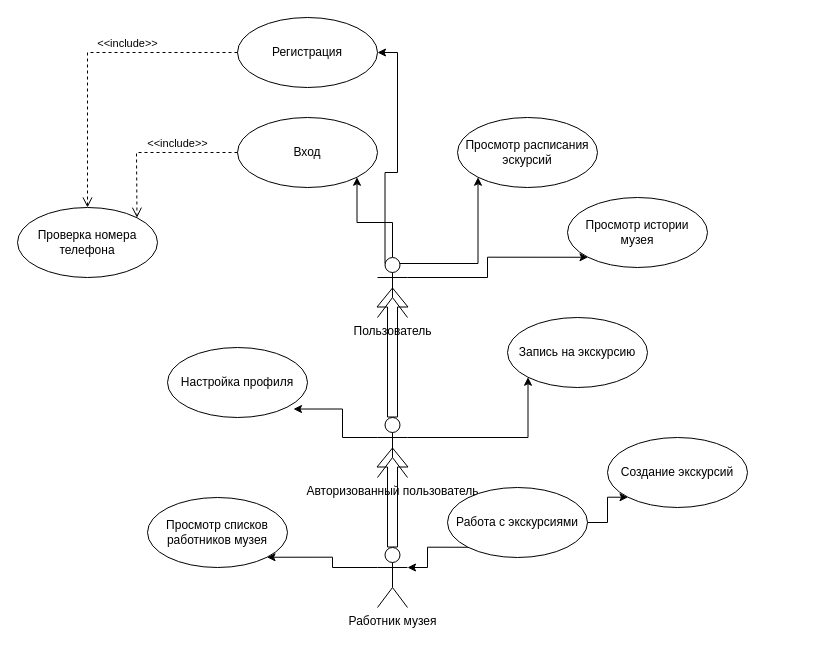
Earlier version of the draw.io diagram UML-Схема.drawio (shtorm901/Museum-Data_Base). Source tidied: cells renumbered, new cells numbered last; positions are measured from the earlier drawing's top-left corner, leaving out a move shared by most shapes. Both pictures are drawn from the tidied source at 100%, with x=0, y=0 at pixel (17, 17).
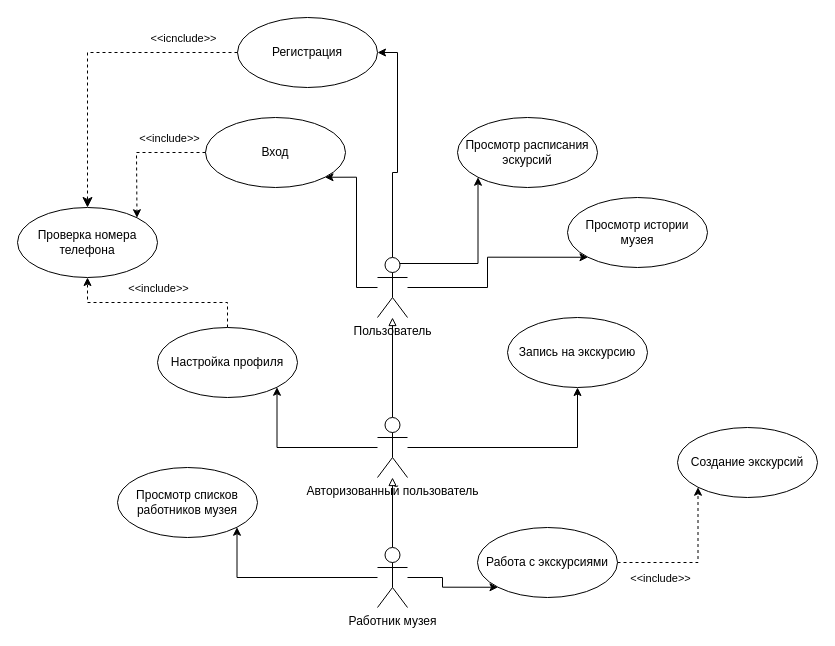
After the change.

Commit message (it also covers changes not shown here):
обновление uml схемы и схемы бд

Unchanged cells that the change refers to:
```xml
<mxCell id="6" value="Пользователь" style="shape=umlActor;verticalLabelPosition=bottom;verticalAlign=top;html=1;" parent="1" vertex="1">
  <mxGeometry x="360" y="240" width="30" height="60" as="geometry" />
</mxCell>
<mxCell id="8" value="Регистрация" style="ellipse;whiteSpace=wrap;html=1;" parent="1" vertex="1">
  <mxGeometry x="220" width="140" height="70" as="geometry" />
</mxCell>
<mxCell id="9" value="Проверка номера телефона" style="ellipse;whiteSpace=wrap;html=1;" parent="1" vertex="1">
  <mxGeometry y="190" width="140" height="70" as="geometry" />
</mxCell>
<mxCell id="17" value="Авторизованный пользователь" style="shape=umlActor;verticalLabelPosition=bottom;verticalAlign=top;html=1;" parent="1" vertex="1">
  <mxGeometry x="360" y="400" width="30" height="60" as="geometry" />
</mxCell>
<mxCell id="18" value="Запись на экскурсию" style="ellipse;whiteSpace=wrap;html=1;" parent="1" vertex="1">
  <mxGeometry x="490" y="300" width="140" height="70" as="geometry" />
</mxCell>
<mxCell id="19" value="Просмотр истории музея" style="ellipse;whiteSpace=wrap;html=1;" parent="1" vertex="1">
  <mxGeometry x="550" y="180" width="140" height="70" as="geometry" />
</mxCell>
<mxCell id="22" value="Работник музея" style="shape=umlActor;verticalLabelPosition=bottom;verticalAlign=top;html=1;" parent="1" vertex="1">
  <mxGeometry x="360" y="530" width="30" height="60" as="geometry" />
</mxCell>
```

Change to the diagram source:
```diff
@@
     <mxCell id="2" style="edgeStyle=orthogonalEdgeStyle;rounded=0;jettySize=auto;html=1;entryX=1;entryY=1;entryDx=0;entryDy=0;" parent="1" edge="1" source="6" target="7">
-      <mxGeometry relative="1" as="geometry" />
+      <mxGeometry relative="1" as="geometry">
+        <Array as="points">
+          <mxPoint x="339" y="270" />
+        </Array>
+      </mxGeometry>
     </mxCell>
@@
+    <mxCell id="5" style="edgeStyle=orthogonalEdgeStyle;rounded=0;jettySize=auto;html=1;entryX=0;entryY=1;entryDx=0;entryDy=0;" parent="1" edge="1" source="6" target="19">
+      <mxGeometry relative="1" as="geometry" />
+    </mxCell>
-    <mxCell id="4" style="edgeStyle=orthogonalEdgeStyle;rounded=0;jettySize=auto;html=1;exitX=0.25;exitY=0.1;exitDx=0;exitDy=0;exitPerimeter=0;entryX=1;entryY=0.5;entryDx=0;entryDy=0;" parent="1" edge="1" source="6" target="8">
+    <mxCell id="4" style="edgeStyle=orthogonalEdgeStyle;rounded=0;jettySize=auto;html=1;entryX=1;entryY=0.5;entryDx=0;entryDy=0;" parent="1" edge="1" source="6" target="8">
       <mxGeometry relative="1" as="geometry" />
     </mxCell>
-    <mxCell id="5" style="edgeStyle=orthogonalEdgeStyle;rounded=0;jettySize=auto;html=1;exitX=1;exitY=0.3333333333333333;exitDx=0;exitDy=0;exitPerimeter=0;entryX=0;entryY=1;entryDx=0;entryDy=0;" parent="1" edge="1" source="6" target="19">
-      <mxGeometry relative="1" as="geometry" />
-    </mxCell>
@@
     <mxCell id="7" value="Вход" style="ellipse;whiteSpace=wrap;html=1;" parent="1" vertex="1">
-      <mxGeometry x="220" y="100" width="140" height="70" as="geometry" />
+      <mxGeometry x="188" y="100" width="140" height="70" as="geometry" />
     </mxCell>
@@
+    <mxCell id="28" style="edgeStyle=orthogonalEdgeStyle;jettySize=auto;html=1;entryX=0.5;entryY=1;entryDx=0;entryDy=0;dashed=1;rounded=0;" parent="1" edge="1" source="10" target="9">
+      <mxGeometry relative="1" as="geometry" />
+    </mxCell>
+    <mxCell id="29" value="&amp;lt;&amp;lt;include&amp;gt;&amp;gt;" style="edgeLabel;html=1;align=center;verticalAlign=middle;" parent="28" vertex="1">
+      <mxGeometry x="0.15" relative="1" as="geometry">
+        <mxPoint x="14" y="-15" as="offset" />
+      </mxGeometry>
+    </mxCell>
     <mxCell id="10" value="Настройка профиля" style="ellipse;whiteSpace=wrap;html=1;" parent="1" vertex="1">
-      <mxGeometry x="150" y="330" width="140" height="70" as="geometry" />
+      <mxGeometry x="140" y="310" width="140" height="70" as="geometry" />
     </mxCell>
@@
-    <mxCell id="12" value="&amp;lt;&amp;lt;include&amp;gt;&amp;gt;" style="html=1;verticalAlign=bottom;endArrow=open;dashed=1;endSize=8;rounded=0;exitX=0;exitY=0.5;exitDx=0;exitDy=0;entryX=0.5;entryY=0;entryDx=0;entryDy=0;" parent="1" edge="1" source="8" target="9">
+    <mxCell id="12" style="html=1;verticalAlign=bottom;endArrow=classic;endSize=8;rounded=0;exitX=0;exitY=0.5;exitDx=0;exitDy=0;entryX=0.5;entryY=0;entryDx=0;entryDy=0;endFill=1;dashed=1;startArrow=none;startFill=0;" parent="1" edge="1" source="8" target="9">
       <mxGeometry x="-0.28" relative="1" as="geometry">
         <Array as="points">
           <mxPoint x="70" y="35" />
         </Array>
       </mxGeometry>
     </mxCell>
+    <mxCell id="30" value="&amp;lt;&amp;lt;icnclude&amp;gt;&amp;gt;" style="edgeLabel;html=1;align=center;verticalAlign=middle;" parent="12" vertex="1">
+      <mxGeometry x="-0.64" y="-1" relative="1" as="geometry">
+        <mxPoint y="-14" as="offset" />
+      </mxGeometry>
+    </mxCell>
-    <mxCell id="13" value="&amp;lt;&amp;lt;include&amp;gt;&amp;gt;" style="html=1;verticalAlign=bottom;endArrow=open;dashed=1;endSize=8;rounded=0;exitX=0;exitY=0.5;exitDx=0;exitDy=0;entryX=1;entryY=0;entryDx=0;entryDy=0;" parent="1" edge="1" source="7" target="9">
-      <mxGeometry x="-0.28" relative="1" as="geometry">
+    <mxCell id="13" style="html=1;verticalAlign=bottom;endArrow=classic;rounded=0;exitX=0;exitY=0.5;exitDx=0;exitDy=0;entryX=1;entryY=0;entryDx=0;entryDy=0;endFill=1;dashed=1;startArrow=none;startFill=0;" parent="1" edge="1" source="7" target="9">
+      <mxGeometry x="-0.4" y="-35" relative="1" as="geometry">
         <Array as="points">
           <mxPoint x="119" y="135" />
         </Array>
       </mxGeometry>
     </mxCell>
+    <mxCell id="31" value="&amp;lt;&amp;lt;include&amp;gt;&amp;gt;" style="edgeLabel;html=1;align=center;verticalAlign=middle;" parent="13" vertex="1">
+      <mxGeometry x="-0.19" y="-2" relative="1" as="geometry">
+        <mxPoint x="17" y="-13" as="offset" />
+      </mxGeometry>
+    </mxCell>
+    <mxCell id="16" style="edgeStyle=orthogonalEdgeStyle;rounded=0;jettySize=auto;html=1;entryX=0.5;entryY=1;entryDx=0;entryDy=0;" parent="1" edge="1" source="17" target="18">
+      <mxGeometry relative="1" as="geometry" />
+    </mxCell>
+    <mxCell id="15" style="edgeStyle=orthogonalEdgeStyle;rounded=0;jettySize=auto;html=1;entryX=1;entryY=1;entryDx=0;entryDy=0;" parent="1" edge="1" source="17" target="10">
+      <mxGeometry relative="1" as="geometry" />
+    </mxCell>
-    <mxCell id="14" style="edgeStyle=orthogonalEdgeStyle;rounded=0;jettySize=auto;html=1;exitX=0.5;exitY=0;exitDx=0;exitDy=0;exitPerimeter=0;shape=flexArrow;entryX=0.5;entryY=0.5;entryDx=0;entryDy=0;entryPerimeter=0;" parent="1" edge="1" source="17" target="6">
+    <mxCell id="14" style="edgeStyle=orthogonalEdgeStyle;rounded=0;jettySize=auto;html=1;exitX=0.5;exitY=0;exitDx=0;exitDy=0;exitPerimeter=0;endArrow=block;endFill=0;" parent="1" edge="1" source="17" target="6">
       <mxGeometry relative="1" as="geometry" />
     </mxCell>
-    <mxCell id="15" style="edgeStyle=orthogonalEdgeStyle;rounded=0;jettySize=auto;html=1;exitX=0;exitY=0.3333333333333333;exitDx=0;exitDy=0;exitPerimeter=0;entryX=0.9;entryY=0.879;entryDx=0;entryDy=0;entryPerimeter=0;" parent="1" edge="1" source="17" target="10">
-      <mxGeometry relative="1" as="geometry" />
-    </mxCell>
-    <mxCell id="16" style="edgeStyle=orthogonalEdgeStyle;rounded=0;jettySize=auto;html=1;exitX=1;exitY=0.3333333333333333;exitDx=0;exitDy=0;exitPerimeter=0;entryX=0;entryY=1;entryDx=0;entryDy=0;" parent="1" edge="1" source="17" target="18">
-      <mxGeometry relative="1" as="geometry" />
-    </mxCell>
@@
-    <mxCell id="20" style="edgeStyle=orthogonalEdgeStyle;rounded=0;jettySize=auto;html=1;exitX=0.5;exitY=0;exitDx=0;exitDy=0;exitPerimeter=0;entryX=0.5;entryY=0.5;entryDx=0;entryDy=0;entryPerimeter=0;shape=flexArrow;" parent="1" edge="1" source="22" target="17">
+    <mxCell id="20" style="edgeStyle=orthogonalEdgeStyle;rounded=0;jettySize=auto;html=1;exitX=0.5;exitY=0;exitDx=0;exitDy=0;exitPerimeter=0;endArrow=block;endFill=0;" parent="1" edge="1" source="22" target="17">
       <mxGeometry relative="1" as="geometry" />
     </mxCell>
-    <mxCell id="21" style="edgeStyle=orthogonalEdgeStyle;rounded=0;jettySize=auto;html=1;exitX=0;exitY=0.3333333333333333;exitDx=0;exitDy=0;exitPerimeter=0;entryX=1;entryY=1;entryDx=0;entryDy=0;" parent="1" edge="1" source="22" target="23">
+    <mxCell id="21" style="edgeStyle=orthogonalEdgeStyle;rounded=0;jettySize=auto;html=1;entryX=1;entryY=1;entryDx=0;entryDy=0;" parent="1" edge="1" source="22" target="23">
       <mxGeometry relative="1" as="geometry" />
     </mxCell>
+    <mxCell id="32" style="edgeStyle=orthogonalEdgeStyle;rounded=0;jettySize=auto;html=1;entryX=0;entryY=1;entryDx=0;entryDy=0;" parent="1" edge="1" source="22" target="26">
+      <mxGeometry relative="1" as="geometry" />
+    </mxCell>
@@
     <mxCell id="23" value="Просмотр списков работников музея" style="ellipse;whiteSpace=wrap;html=1;" parent="1" vertex="1">
-      <mxGeometry x="130" y="480" width="140" height="70" as="geometry" />
+      <mxGeometry x="100" y="450" width="140" height="70" as="geometry" />
     </mxCell>
-    <mxCell id="24" style="edgeStyle=orthogonalEdgeStyle;rounded=0;jettySize=auto;html=1;exitX=1;exitY=0.5;exitDx=0;exitDy=0;entryX=0;entryY=1;entryDx=0;entryDy=0;" parent="1" edge="1" source="26" target="27">
+    <mxCell id="24" style="edgeStyle=orthogonalEdgeStyle;rounded=0;jettySize=auto;html=1;exitX=1;exitY=0.5;exitDx=0;exitDy=0;entryX=0;entryY=1;entryDx=0;entryDy=0;dashed=1;" parent="1" edge="1" source="26" target="27">
       <mxGeometry relative="1" as="geometry" />
     </mxCell>
-    <mxCell id="25" style="edgeStyle=orthogonalEdgeStyle;rounded=0;jettySize=auto;html=1;exitX=0;exitY=1;exitDx=0;exitDy=0;entryX=1;entryY=0.3333333333333333;entryDx=0;entryDy=0;entryPerimeter=0;" parent="1" edge="1" source="26" target="22">
-      <mxGeometry relative="1" as="geometry" />
-    </mxCell>
+    <mxCell id="33" value="&amp;lt;&amp;lt;include&amp;gt;&amp;gt;" style="edgeLabel;html=1;align=center;verticalAlign=middle;rotation=0;" parent="24" vertex="1">
+      <mxGeometry x="-0.3" y="-4" relative="1" as="geometry">
+        <mxPoint x="-13" y="11" as="offset" />
+      </mxGeometry>
+    </mxCell>
     <mxCell id="26" value="Работа с экскурсиями" style="ellipse;whiteSpace=wrap;html=1;" parent="1" vertex="1">
-      <mxGeometry x="430" y="470" width="140" height="70" as="geometry" />
+      <mxGeometry x="460" y="510" width="140" height="70" as="geometry" />
     </mxCell>
     <mxCell id="27" value="Создание экскурсий" style="ellipse;whiteSpace=wrap;html=1;" parent="1" vertex="1">
-      <mxGeometry x="590" y="420" width="140" height="70" as="geometry" />
+      <mxGeometry x="660" y="410" width="140" height="70" as="geometry" />
     </mxCell>
```
